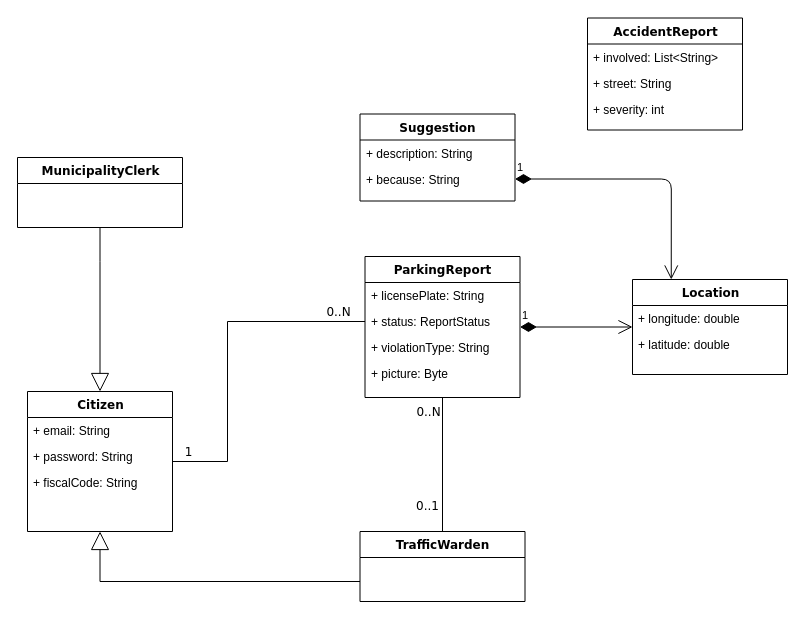
This is RASD/diagrams/class-diagram.drawio from f3d0ss/CazzolaDotti-se2, a draw.io file, before an edit. Source tidied: cells renumbered, new cells numbered last; positions are measured from the earlier drawing's top-left corner, leaving out a move shared by most shapes. Both pictures are drawn from the tidied source at 100%, with x=0, y=0 at pixel (17, 17).
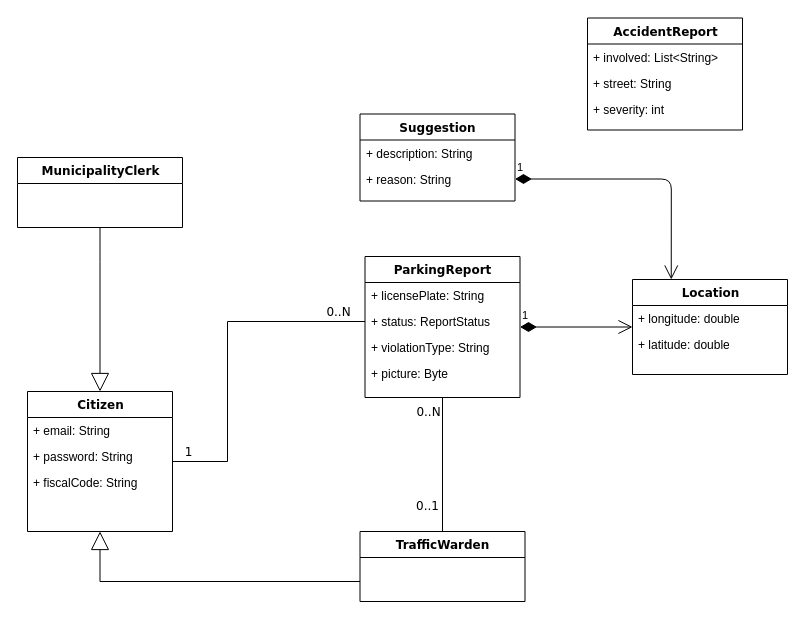
The same page after the edit.

Commit message (it also covers changes not shown here):
change notation reason

The change refers to these unchanged cells:
```xml
<mxCell id="29" value="Suggestion" style="swimlane;html=1;fontStyle=1;align=center;verticalAlign=top;horizontal=1;startSize=26;swimlaneFillColor=#ffffff;rounded=0;shadow=0;comic=0;labelBackgroundColor=none;strokeColor=#000000;strokeWidth=1;fillColor=none;fontFamily=Verdana;fontSize=12;fontColor=#000000;" parent="1" vertex="1">
  <mxGeometry x="342.5" y="96.5" width="155" height="87" as="geometry" />
</mxCell>
```

Diff of the diagram source:
```diff
@@
-    <mxCell id="31" value="+ because: String" style="text;html=1;strokeColor=none;fillColor=none;align=left;verticalAlign=top;spacingLeft=4;spacingRight=4;whiteSpace=wrap;overflow=hidden;points=[[0,0.5],[1,0.5]];portConstraint=eastwest;" parent="29" vertex="1">
+    <mxCell id="31" value="+ reason: String" style="text;html=1;strokeColor=none;fillColor=none;align=left;verticalAlign=top;spacingLeft=4;spacingRight=4;whiteSpace=wrap;overflow=hidden;points=[[0,0.5],[1,0.5]];portConstraint=eastwest;" parent="29" vertex="1">
       <mxGeometry y="52" width="155" height="26" as="geometry" />
     </mxCell>
```
